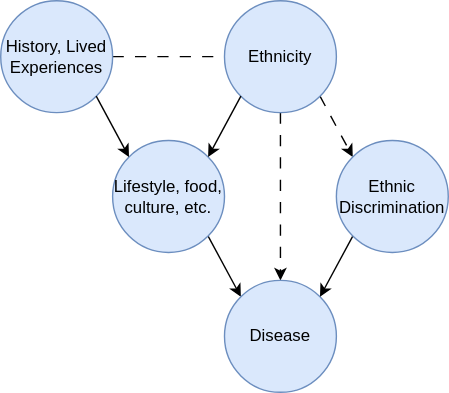
This is docs/source/model_design/general_reference_material/bliss/race_ethnicity/ethnicity_b_v1.svg from ihmeuw/vivarium_research, a draw.io export, as it was before one commit. Source tidied: cells renumbered, new cells last; positions are measured from the earlier drawing's top-left corner, leaving out a move shared by most shapes.
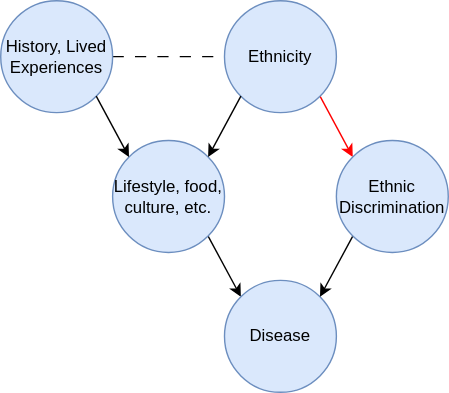
After the change.

What changed in the source:
```diff
@@ -14,12 +14,9 @@
     <mxCell id="5" value="Lifestyle, food, culture, etc." style="ellipse;whiteSpace=wrap;html=1;fillColor=#dae8fc;strokeColor=#6c8ebf;" parent="1" vertex="1">
       <mxGeometry x="80" y="100" width="80" height="80" as="geometry" />
     </mxCell>
-    <mxCell id="6" style="rounded=0;jettySize=auto;html=1;exitX=1;exitY=1;exitDx=0;exitDy=0;entryX=0;entryY=0;entryDx=0;entryDy=0;dashed=1;dashPattern=8 8;" parent="1" edge="1" source="8" target="14">
+    <mxCell id="6" style="rounded=0;jettySize=auto;html=1;exitX=1;exitY=1;exitDx=0;exitDy=0;entryX=0;entryY=0;entryDx=0;entryDy=0;strokeColor=#ff0000;" parent="1" edge="1" source="8" target="14">
       <mxGeometry relative="1" as="geometry" />
     </mxCell>
-    <mxCell id="7" style="edgeStyle=orthogonalEdgeStyle;rounded=0;jettySize=auto;html=1;exitX=0.5;exitY=1;exitDx=0;exitDy=0;entryX=0.5;entryY=0;entryDx=0;entryDy=0;dashed=1;dashPattern=8 8;" parent="1" edge="1" source="8" target="12">
-      <mxGeometry relative="1" as="geometry" />
-    </mxCell>
     <mxCell id="8" value="Ethnicity" style="ellipse;whiteSpace=wrap;html=1;fillColor=#dae8fc;strokeColor=#6c8ebf;" parent="1" vertex="1">
       <mxGeometry x="160" width="80" height="80" as="geometry" />
     </mxCell>
```
